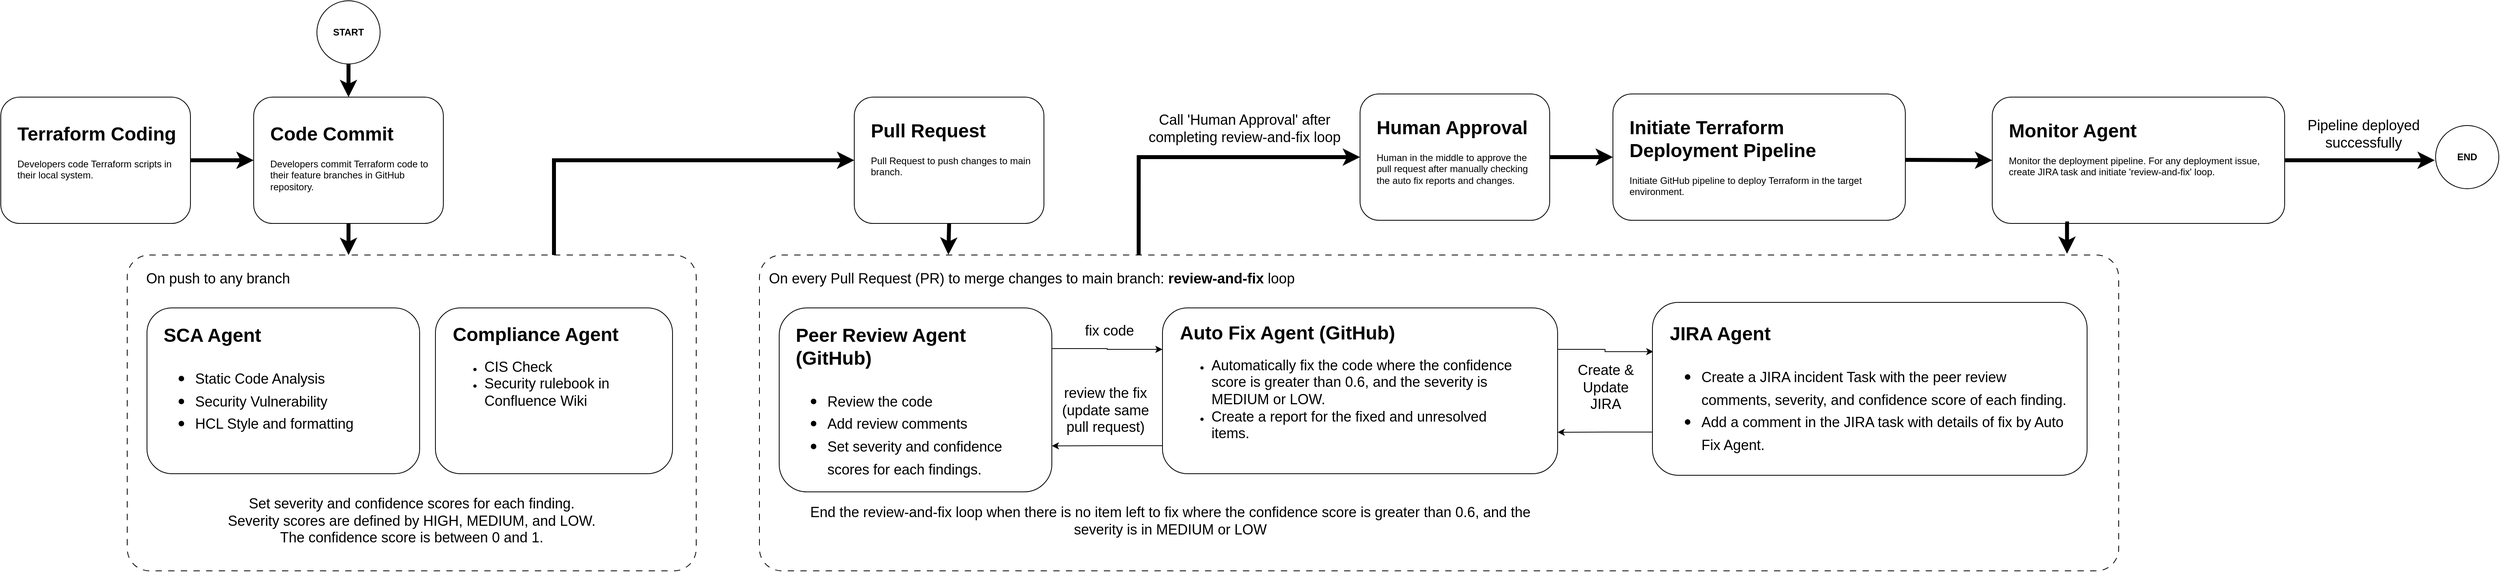
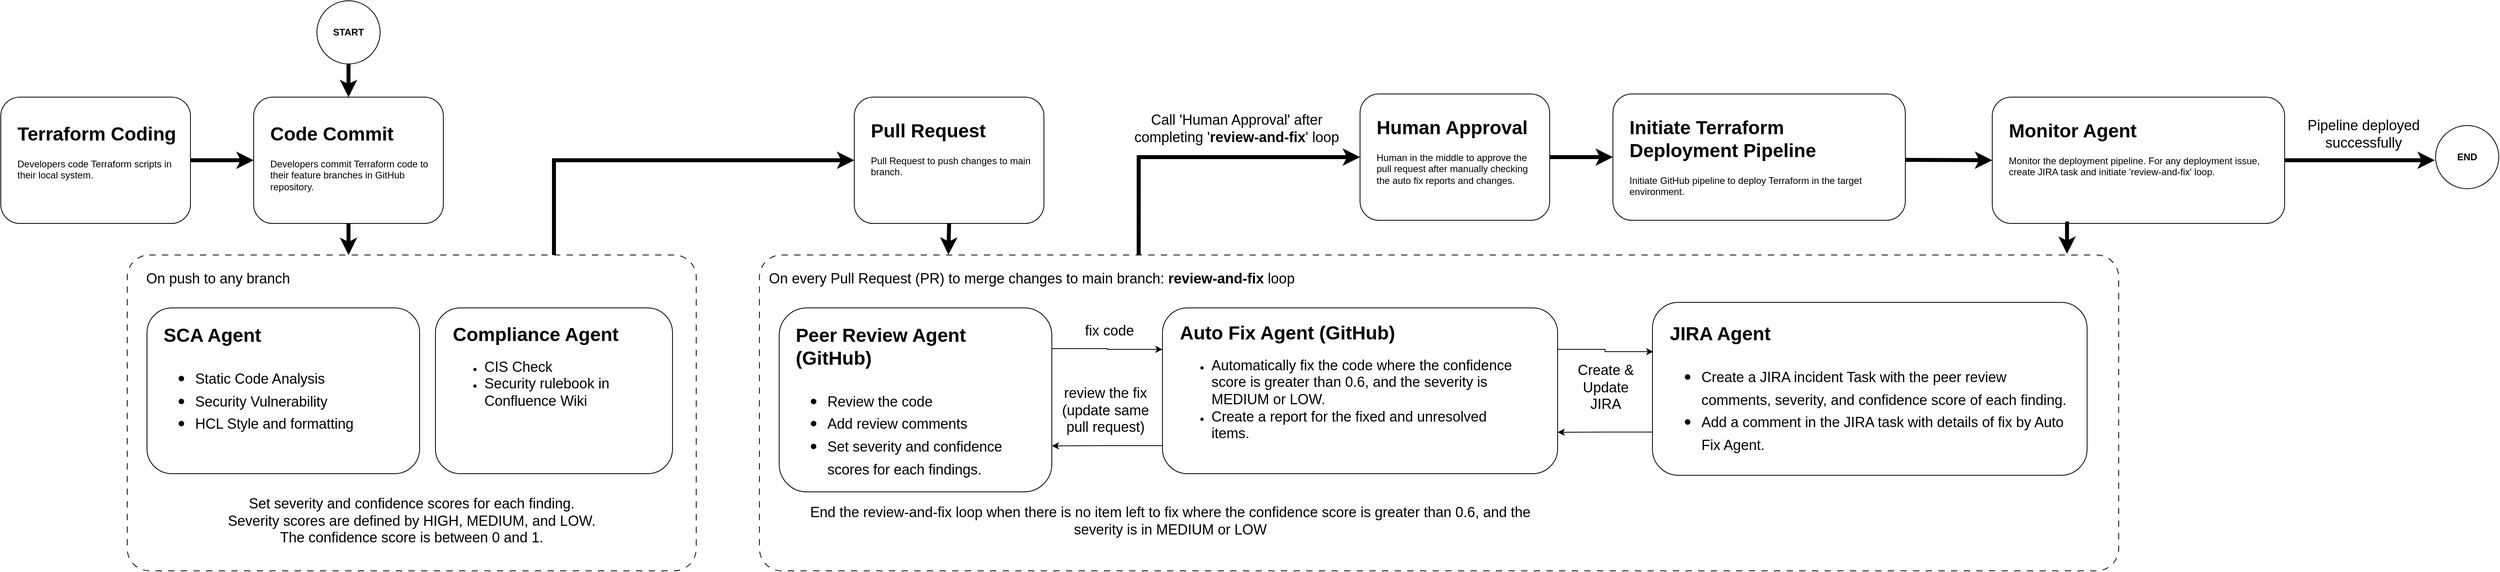
<mxfile host="app.diagrams.net">
  <diagram name="Page-1" id="llQ14HlxIDWXj9B5HY60">
    <mxGraphModel dx="1006" dy="638" grid="1" gridSize="10" guides="1" tooltips="1" connect="1" arrows="1" fold="1" page="1" pageScale="1" pageWidth="850" pageHeight="1100" math="0" shadow="0">
      <root>
        <mxCell id="0" />
        <mxCell id="1" parent="0" />
        <mxCell id="IWc9zJM8tDhvkjJ2dRjy-13" edge="1" parent="1" source="IWc9zJM8tDhvkjJ2dRjy-5" style="edgeStyle=orthogonalEdgeStyle;rounded=0;orthogonalLoop=1;jettySize=auto;html=1;entryX=0;entryY=0.5;entryDx=0;entryDy=0;exitX=0.75;exitY=0;exitDx=0;exitDy=0;strokeWidth=5;" target="IWc9zJM8tDhvkjJ2dRjy-1">
          <mxGeometry relative="1" as="geometry" />
        </mxCell>
        <mxCell id="oJW8UGhNAXkty13G2p3x-1" parent="1" style="rounded=1;whiteSpace=wrap;html=1;" value="" vertex="1">
          <mxGeometry height="160" width="240" x="440" y="200" as="geometry" />
        </mxCell>
        <mxCell id="oJW8UGhNAXkty13G2p3x-3" parent="1" style="text;html=1;whiteSpace=wrap;overflow=hidden;rounded=0;" value="&lt;h1 style=&quot;margin-top: 0px;&quot;&gt;Code Commit&lt;/h1&gt;&lt;p&gt;Developers commit Terraform code to their feature branches in GitHub repository.&lt;/p&gt;" vertex="1">
          <mxGeometry height="100" width="210" x="459" y="226" as="geometry" />
        </mxCell>
        <mxCell id="IWc9zJM8tDhvkjJ2dRjy-35" edge="1" parent="1" source="IWc9zJM8tDhvkjJ2dRjy-14" style="edgeStyle=orthogonalEdgeStyle;rounded=0;orthogonalLoop=1;jettySize=auto;html=1;entryX=0;entryY=0.5;entryDx=0;entryDy=0;exitX=0.279;exitY=0.025;exitDx=0;exitDy=0;exitPerimeter=0;strokeWidth=5;" target="IWc9zJM8tDhvkjJ2dRjy-33">
          <mxGeometry relative="1" as="geometry">
            <Array as="points">
              <mxPoint x="1560" y="276" />
            </Array>
          </mxGeometry>
        </mxCell>
        <mxCell id="IWc9zJM8tDhvkjJ2dRjy-1" parent="1" style="rounded=1;whiteSpace=wrap;html=1;" value="" vertex="1">
          <mxGeometry height="160" width="240" x="1200" y="200" as="geometry" />
        </mxCell>
        <mxCell id="IWc9zJM8tDhvkjJ2dRjy-2" parent="1" style="text;html=1;whiteSpace=wrap;overflow=hidden;rounded=0;" value="&lt;h1 style=&quot;margin-top: 0px;&quot;&gt;Pull Request&lt;/h1&gt;&lt;p&gt;Pull Request to push changes to main branch.&lt;/p&gt;" vertex="1">
          <mxGeometry height="100" width="210" x="1219" y="222" as="geometry" />
        </mxCell>
        <mxCell id="IWc9zJM8tDhvkjJ2dRjy-12" edge="1" parent="1" source="IWc9zJM8tDhvkjJ2dRjy-3" style="edgeStyle=orthogonalEdgeStyle;rounded=0;orthogonalLoop=1;jettySize=auto;html=1;exitX=1;exitY=0.5;exitDx=0;exitDy=0;entryX=0;entryY=0.5;entryDx=0;entryDy=0;strokeWidth=5;" target="oJW8UGhNAXkty13G2p3x-1">
          <mxGeometry relative="1" as="geometry" />
        </mxCell>
        <mxCell id="IWc9zJM8tDhvkjJ2dRjy-3" parent="1" style="rounded=1;whiteSpace=wrap;html=1;" value="" vertex="1">
          <mxGeometry height="160" width="240" x="120" y="200" as="geometry" />
        </mxCell>
        <mxCell id="IWc9zJM8tDhvkjJ2dRjy-4" parent="1" style="text;html=1;whiteSpace=wrap;overflow=hidden;rounded=0;" value="&lt;h1 style=&quot;margin-top: 0px;&quot;&gt;Terraform Coding&lt;/h1&gt;&lt;p&gt;Developers code Terraform scripts in their local system.&lt;/p&gt;" vertex="1">
          <mxGeometry height="100" width="210" x="139" y="226" as="geometry" />
        </mxCell>
        <mxCell id="IWc9zJM8tDhvkjJ2dRjy-5" parent="1" style="rounded=1;whiteSpace=wrap;html=1;arcSize=7;dashed=1;dashPattern=8 8;" value="" vertex="1">
          <mxGeometry height="400" width="720" x="280" y="400" as="geometry" />
        </mxCell>
        <mxCell id="IWc9zJM8tDhvkjJ2dRjy-6" parent="1" style="text;html=1;whiteSpace=wrap;strokeColor=none;fillColor=none;align=center;verticalAlign=middle;rounded=0;" value="&lt;font style=&quot;font-size: 18px;&quot;&gt;On push to any branch&lt;/font&gt;" vertex="1">
          <mxGeometry height="30" width="210" x="290" y="415" as="geometry" />
        </mxCell>
        <mxCell id="IWc9zJM8tDhvkjJ2dRjy-7" parent="1" style="rounded=1;whiteSpace=wrap;html=1;" value="" vertex="1">
          <mxGeometry height="210" width="345" x="305" y="467" as="geometry" />
        </mxCell>
        <mxCell id="IWc9zJM8tDhvkjJ2dRjy-8" parent="1" style="text;html=1;whiteSpace=wrap;overflow=hidden;rounded=0;" value="&lt;h1 style=&quot;margin-top: 0px;&quot;&gt;SCA Agent&lt;/h1&gt;&lt;h1 style=&quot;margin-top: 0px;&quot;&gt;&lt;p style=&quot;font-size: 12px; font-weight: 400;&quot;&gt;&lt;/p&gt;&lt;ul&gt;&lt;li&gt;&lt;span style=&quot;font-size: 18px; font-weight: normal;&quot;&gt;Static Code Analysis&lt;/span&gt;&lt;/li&gt;&lt;li&gt;&lt;span style=&quot;font-size: 18px; font-weight: normal;&quot;&gt;Security Vulnerability&lt;/span&gt;&lt;/li&gt;&lt;li&gt;&lt;span style=&quot;font-size: 18px; font-weight: normal;&quot;&gt;HCL Style and formatting&lt;/span&gt;&lt;/li&gt;&lt;/ul&gt;&lt;p&gt;&lt;/p&gt;&lt;/h1&gt;" vertex="1">
          <mxGeometry height="183" width="306" x="324" y="481" as="geometry" />
        </mxCell>
        <mxCell id="IWc9zJM8tDhvkjJ2dRjy-9" parent="1" style="rounded=1;whiteSpace=wrap;html=1;" value="" vertex="1">
          <mxGeometry height="210" width="300" x="670" y="467" as="geometry" />
        </mxCell>
        <mxCell id="IWc9zJM8tDhvkjJ2dRjy-10" parent="1" style="text;html=1;whiteSpace=wrap;overflow=hidden;rounded=0;" value="&lt;h1 style=&quot;margin-top: 0px;&quot;&gt;Compliance Agent&lt;/h1&gt;&lt;p&gt;&lt;/p&gt;&lt;ul&gt;&lt;li&gt;&lt;span style=&quot;font-size: 18px;&quot;&gt;CIS Check&lt;/span&gt;&lt;/li&gt;&lt;li&gt;&lt;span style=&quot;font-size: 18px;&quot;&gt;Security rulebook in Confluence Wiki&lt;/span&gt;&lt;/li&gt;&lt;/ul&gt;&lt;p&gt;&lt;/p&gt;" vertex="1">
          <mxGeometry height="180" width="269" x="690" y="480" as="geometry" />
        </mxCell>
        <mxCell id="IWc9zJM8tDhvkjJ2dRjy-11" edge="1" parent="1" source="oJW8UGhNAXkty13G2p3x-1" style="edgeStyle=orthogonalEdgeStyle;rounded=0;orthogonalLoop=1;jettySize=auto;html=1;exitX=0.5;exitY=1;exitDx=0;exitDy=0;entryX=0.389;entryY=0;entryDx=0;entryDy=0;entryPerimeter=0;strokeWidth=5;" target="IWc9zJM8tDhvkjJ2dRjy-5">
          <mxGeometry relative="1" as="geometry" />
        </mxCell>
        <mxCell id="IWc9zJM8tDhvkjJ2dRjy-14" parent="1" style="rounded=1;whiteSpace=wrap;html=1;arcSize=7;dashed=1;dashPattern=8 8;" value="" vertex="1">
          <mxGeometry height="400" width="1720" x="1080" y="400" as="geometry" />
        </mxCell>
        <mxCell id="IWc9zJM8tDhvkjJ2dRjy-15" parent="1" style="text;html=1;whiteSpace=wrap;strokeColor=none;fillColor=none;align=left;verticalAlign=middle;rounded=0;" value="&lt;font style=&quot;font-size: 18px;&quot;&gt;On every Pull Request (PR) to merge changes to main branch: &lt;b&gt;review-and-fix &lt;/b&gt;loop&lt;/font&gt;" vertex="1">
          <mxGeometry height="30" width="740" x="1090" y="415" as="geometry" />
        </mxCell>
        <mxCell id="IWc9zJM8tDhvkjJ2dRjy-22" edge="1" parent="1" source="IWc9zJM8tDhvkjJ2dRjy-16" style="edgeStyle=orthogonalEdgeStyle;rounded=0;orthogonalLoop=1;jettySize=auto;html=1;exitX=1;exitY=0.221;exitDx=0;exitDy=0;entryX=0;entryY=0.25;entryDx=0;entryDy=0;exitPerimeter=0;" target="IWc9zJM8tDhvkjJ2dRjy-18">
          <mxGeometry relative="1" as="geometry" />
        </mxCell>
        <mxCell id="IWc9zJM8tDhvkjJ2dRjy-16" parent="1" style="rounded=1;whiteSpace=wrap;html=1;" value="" vertex="1">
          <mxGeometry height="233" width="345" x="1105" y="467" as="geometry" />
        </mxCell>
        <mxCell id="IWc9zJM8tDhvkjJ2dRjy-17" parent="1" style="text;html=1;whiteSpace=wrap;overflow=hidden;rounded=0;" value="&lt;h1 style=&quot;margin-top: 0px;&quot;&gt;Peer Review Agent (GitHub)&lt;/h1&gt;&lt;h1 style=&quot;margin-top: 0px;&quot;&gt;&lt;p style=&quot;font-size: 12px; font-weight: 400;&quot;&gt;&lt;/p&gt;&lt;ul&gt;&lt;li&gt;&lt;span style=&quot;font-size: 18px; font-weight: 400;&quot;&gt;Review the code&lt;/span&gt;&lt;/li&gt;&lt;li&gt;&lt;span style=&quot;font-size: 18px; font-weight: 400;&quot;&gt;Add review comments&lt;/span&gt;&lt;/li&gt;&lt;li&gt;&lt;span style=&quot;font-size: 18px; font-weight: 400;&quot;&gt;Set severity and confidence scores for each findings.&lt;/span&gt;&lt;/li&gt;&lt;/ul&gt;&lt;p&gt;&lt;/p&gt;&lt;/h1&gt;" vertex="1">
          <mxGeometry height="209" width="306" x="1124" y="481" as="geometry" />
        </mxCell>
        <mxCell id="IWc9zJM8tDhvkjJ2dRjy-23" edge="1" parent="1" source="IWc9zJM8tDhvkjJ2dRjy-18" style="edgeStyle=orthogonalEdgeStyle;rounded=0;orthogonalLoop=1;jettySize=auto;html=1;exitX=0;exitY=0.831;exitDx=0;exitDy=0;entryX=1;entryY=0.75;entryDx=0;entryDy=0;exitPerimeter=0;" target="IWc9zJM8tDhvkjJ2dRjy-16">
          <mxGeometry relative="1" as="geometry" />
        </mxCell>
        <mxCell id="IWc9zJM8tDhvkjJ2dRjy-31" edge="1" parent="1" source="IWc9zJM8tDhvkjJ2dRjy-18" style="edgeStyle=orthogonalEdgeStyle;rounded=0;orthogonalLoop=1;jettySize=auto;html=1;exitX=1;exitY=0.25;exitDx=0;exitDy=0;entryX=0.002;entryY=0.285;entryDx=0;entryDy=0;entryPerimeter=0;" target="IWc9zJM8tDhvkjJ2dRjy-27">
          <mxGeometry relative="1" as="geometry" />
        </mxCell>
        <mxCell id="IWc9zJM8tDhvkjJ2dRjy-18" parent="1" style="rounded=1;whiteSpace=wrap;html=1;" value="" vertex="1">
          <mxGeometry height="210" width="500" x="1590" y="467" as="geometry" />
        </mxCell>
        <mxCell id="IWc9zJM8tDhvkjJ2dRjy-19" parent="1" style="text;html=1;whiteSpace=wrap;overflow=hidden;rounded=0;" value="&lt;h1 style=&quot;margin-top: 0px;&quot;&gt;Auto Fix Agent (GitHub)&lt;/h1&gt;&lt;p&gt;&lt;/p&gt;&lt;ul&gt;&lt;li&gt;&lt;span style=&quot;font-size: 18px;&quot;&gt;Automatically fix the code where the confidence score is greater than 0.6, and the severity is MEDIUM or LOW.&amp;nbsp;&lt;/span&gt;&lt;/li&gt;&lt;li&gt;&lt;span style=&quot;font-size: 18px;&quot;&gt;Create a report for the fixed and unresolved items.&lt;/span&gt;&lt;/li&gt;&lt;/ul&gt;&lt;p&gt;&lt;/p&gt;" vertex="1">
          <mxGeometry height="192" width="440" x="1610" y="478" as="geometry" />
        </mxCell>
        <mxCell id="IWc9zJM8tDhvkjJ2dRjy-20" parent="1" style="text;whiteSpace=wrap;fontSize=18;align=center;" value="Set severity and confidence scores for each finding.&#xa;Severity scores are defined by HIGH, MEDIUM, and LOW.&#xa;The confidence score is between 0 and 1." vertex="1">
          <mxGeometry height="77" width="640" x="320" y="698" as="geometry" />
        </mxCell>
        <mxCell id="IWc9zJM8tDhvkjJ2dRjy-21" edge="1" parent="1" source="IWc9zJM8tDhvkjJ2dRjy-1" style="edgeStyle=orthogonalEdgeStyle;rounded=0;orthogonalLoop=1;jettySize=auto;html=1;exitX=0.5;exitY=1;exitDx=0;exitDy=0;entryX=0.139;entryY=-0.001;entryDx=0;entryDy=0;entryPerimeter=0;strokeWidth=5;" target="IWc9zJM8tDhvkjJ2dRjy-14">
          <mxGeometry relative="1" as="geometry" />
        </mxCell>
        <mxCell id="IWc9zJM8tDhvkjJ2dRjy-24" parent="1" style="text;html=1;whiteSpace=wrap;strokeColor=none;fillColor=none;align=center;verticalAlign=middle;rounded=0;" value="&lt;font style=&quot;font-size: 18px;&quot;&gt;fix code&lt;/font&gt;" vertex="1">
          <mxGeometry height="30" width="82" x="1482" y="481" as="geometry" />
        </mxCell>
        <mxCell id="IWc9zJM8tDhvkjJ2dRjy-25" parent="1" style="text;html=1;whiteSpace=wrap;strokeColor=none;fillColor=none;align=center;verticalAlign=middle;rounded=0;" value="&lt;font style=&quot;font-size: 18px;&quot;&gt;review the fix (update same pull request)&lt;/font&gt;" vertex="1">
          <mxGeometry height="67" width="120" x="1458" y="563" as="geometry" />
        </mxCell>
        <mxCell id="IWc9zJM8tDhvkjJ2dRjy-26" parent="1" style="text;html=1;whiteSpace=wrap;strokeColor=none;fillColor=none;align=center;verticalAlign=middle;rounded=0;" value="&lt;font style=&quot;font-size: 18px;&quot;&gt;End the review-and-fix loop when there is no item left to fix where the confidence score is greater than 0.6, and the severity is in MEDIUM or LOW&lt;/font&gt;" vertex="1">
          <mxGeometry height="50" width="980" x="1110" y="711.5" as="geometry" />
        </mxCell>
        <mxCell id="IWc9zJM8tDhvkjJ2dRjy-30" edge="1" parent="1" source="IWc9zJM8tDhvkjJ2dRjy-27" style="edgeStyle=orthogonalEdgeStyle;rounded=0;orthogonalLoop=1;jettySize=auto;html=1;exitX=0;exitY=0.75;exitDx=0;exitDy=0;entryX=1;entryY=0.75;entryDx=0;entryDy=0;" target="IWc9zJM8tDhvkjJ2dRjy-18">
          <mxGeometry relative="1" as="geometry" />
        </mxCell>
        <mxCell id="IWc9zJM8tDhvkjJ2dRjy-27" parent="1" style="rounded=1;whiteSpace=wrap;html=1;" value="" vertex="1">
          <mxGeometry height="219" width="550" x="2210" y="460" as="geometry" />
        </mxCell>
        <mxCell id="IWc9zJM8tDhvkjJ2dRjy-28" parent="1" style="text;html=1;whiteSpace=wrap;overflow=hidden;rounded=0;" value="&lt;h1 style=&quot;margin-top: 0px;&quot;&gt;JIRA Agent&lt;/h1&gt;&lt;h1 style=&quot;margin-top: 0px;&quot;&gt;&lt;p style=&quot;font-size: 12px; font-weight: 400;&quot;&gt;&lt;/p&gt;&lt;ul&gt;&lt;li&gt;&lt;span style=&quot;font-size: 18px; font-weight: 400;&quot;&gt;Create a JIRA incident Task with the peer review comments, severity, and confidence score of each finding.&lt;/span&gt;&lt;/li&gt;&lt;li&gt;&lt;span style=&quot;font-size: 18px; font-weight: 400;&quot;&gt;Add a comment in the JIRA task with details of fix by Auto Fix Agent.&lt;/span&gt;&lt;/li&gt;&lt;/ul&gt;&lt;p&gt;&lt;/p&gt;&lt;/h1&gt;" vertex="1">
          <mxGeometry height="191" width="510" x="2230" y="479" as="geometry" />
        </mxCell>
        <mxCell id="IWc9zJM8tDhvkjJ2dRjy-32" parent="1" style="text;html=1;whiteSpace=wrap;strokeColor=none;fillColor=none;align=center;verticalAlign=middle;rounded=0;" value="&lt;font style=&quot;font-size: 18px;&quot;&gt;Create &amp;amp; Update JIRA&lt;/font&gt;" vertex="1">
          <mxGeometry height="57.5" width="102" x="2100" y="539" as="geometry" />
        </mxCell>
        <mxCell id="IWc9zJM8tDhvkjJ2dRjy-39" edge="1" parent="1" source="IWc9zJM8tDhvkjJ2dRjy-33" style="edgeStyle=orthogonalEdgeStyle;rounded=0;orthogonalLoop=1;jettySize=auto;html=1;exitX=1;exitY=0.5;exitDx=0;exitDy=0;entryX=0;entryY=0.5;entryDx=0;entryDy=0;strokeWidth=5;" target="IWc9zJM8tDhvkjJ2dRjy-37">
          <mxGeometry relative="1" as="geometry" />
        </mxCell>
        <mxCell id="IWc9zJM8tDhvkjJ2dRjy-33" parent="1" style="rounded=1;whiteSpace=wrap;html=1;" value="" vertex="1">
          <mxGeometry height="160" width="240" x="1840" y="196" as="geometry" />
        </mxCell>
        <mxCell id="IWc9zJM8tDhvkjJ2dRjy-34" parent="1" style="text;html=1;whiteSpace=wrap;overflow=hidden;rounded=0;" value="&lt;h1 style=&quot;margin-top: 0px;&quot;&gt;Human Approval&lt;/h1&gt;&lt;p&gt;Human in the middle to approve the pull request after manually checking the auto fix reports and changes.&amp;nbsp;&lt;/p&gt;" vertex="1">
          <mxGeometry height="100" width="210" x="1859" y="218" as="geometry" />
        </mxCell>
-         <mxCell id="IWc9zJM8tDhvkjJ2dRjy-36" parent="1" style="text;html=1;whiteSpace=wrap;strokeColor=none;fillColor=none;align=center;verticalAlign=middle;rounded=0;" value="&lt;font style=&quot;font-size: 18px;&quot;&gt;Call &#39;Human Approval&#39; after completing review-and-fix loop&lt;/font&gt;" vertex="1">
-           <mxGeometry height="60" width="248" x="1570" y="210" as="geometry" />
+         <mxCell id="IWc9zJM8tDhvkjJ2dRjy-36" parent="1" style="text;html=1;whiteSpace=wrap;strokeColor=none;fillColor=none;align=center;verticalAlign=middle;rounded=0;" value="&lt;font style=&quot;font-size: 18px;&quot;&gt;Call &#39;Human Approval&#39; after completing &#39;&lt;b&gt;review-and-fix&lt;/b&gt;&#39; loop&lt;/font&gt;" vertex="1">
+           <mxGeometry height="60" width="268" x="1550" y="210" as="geometry" />
        </mxCell>
        <mxCell id="IWc9zJM8tDhvkjJ2dRjy-37" parent="1" style="rounded=1;whiteSpace=wrap;html=1;" value="" vertex="1">
          <mxGeometry height="160" width="370" x="2160" y="196" as="geometry" />
        </mxCell>
        <mxCell id="IWc9zJM8tDhvkjJ2dRjy-38" parent="1" style="text;html=1;whiteSpace=wrap;overflow=hidden;rounded=0;" value="&lt;h1 style=&quot;margin-top: 0px;&quot;&gt;Initiate Terraform Deployment Pipeline&lt;/h1&gt;&lt;p&gt;Initiate GitHub pipeline to deploy Terraform in the target environment.&amp;nbsp;&amp;nbsp;&lt;/p&gt;" vertex="1">
          <mxGeometry height="112" width="341" x="2179" y="218" as="geometry" />
        </mxCell>
        <mxCell id="IWc9zJM8tDhvkjJ2dRjy-41" edge="1" parent="1" source="IWc9zJM8tDhvkjJ2dRjy-40" style="edgeStyle=orthogonalEdgeStyle;rounded=0;orthogonalLoop=1;jettySize=auto;html=1;exitX=0.5;exitY=1;exitDx=0;exitDy=0;entryX=0.5;entryY=0;entryDx=0;entryDy=0;strokeWidth=5;" target="oJW8UGhNAXkty13G2p3x-1">
          <mxGeometry relative="1" as="geometry" />
        </mxCell>
        <mxCell id="IWc9zJM8tDhvkjJ2dRjy-40" parent="1" style="ellipse;whiteSpace=wrap;html=1;aspect=fixed;fontStyle=1" value="START" vertex="1">
          <mxGeometry height="80" width="80" x="520" y="78" as="geometry" />
        </mxCell>
        <mxCell id="IWc9zJM8tDhvkjJ2dRjy-47" edge="1" parent="1" source="IWc9zJM8tDhvkjJ2dRjy-42" style="edgeStyle=orthogonalEdgeStyle;rounded=0;orthogonalLoop=1;jettySize=auto;html=1;exitX=1;exitY=0.5;exitDx=0;exitDy=0;strokeWidth=5;">
          <mxGeometry relative="1" as="geometry">
            <mxPoint x="3200" y="280" as="targetPoint" />
          </mxGeometry>
        </mxCell>
        <mxCell id="IWc9zJM8tDhvkjJ2dRjy-42" parent="1" style="rounded=1;whiteSpace=wrap;html=1;" value="" vertex="1">
          <mxGeometry height="160" width="370" x="2640" y="200" as="geometry" />
        </mxCell>
        <mxCell id="IWc9zJM8tDhvkjJ2dRjy-43" parent="1" style="text;html=1;whiteSpace=wrap;overflow=hidden;rounded=0;" value="&lt;h1 style=&quot;margin-top: 0px;&quot;&gt;Monitor Agent&lt;/h1&gt;&lt;p&gt;Monitor the deployment pipeline.&amp;nbsp;&lt;span style=&quot;background-color: transparent; color: light-dark(rgb(0, 0, 0), rgb(255, 255, 255));&quot;&gt;F&lt;/span&gt;&lt;span style=&quot;background-color: transparent; color: light-dark(rgb(0, 0, 0), rgb(255, 255, 255));&quot;&gt;or any deployment issue, create JIRA task and initiate &#39;review-and-fix&#39; loop.&lt;/span&gt;&lt;/p&gt;" vertex="1">
          <mxGeometry height="112" width="341" x="2659" y="222" as="geometry" />
        </mxCell>
        <mxCell id="IWc9zJM8tDhvkjJ2dRjy-44" edge="1" parent="1" style="edgeStyle=orthogonalEdgeStyle;rounded=0;orthogonalLoop=1;jettySize=auto;html=1;exitX=1;exitY=0.5;exitDx=0;exitDy=0;entryX=0;entryY=0.5;entryDx=0;entryDy=0;strokeWidth=5;" target="IWc9zJM8tDhvkjJ2dRjy-42">
          <mxGeometry relative="1" as="geometry">
            <mxPoint x="2530" y="279.5" as="sourcePoint" />
            <mxPoint x="2610" y="279.5" as="targetPoint" />
          </mxGeometry>
        </mxCell>
        <mxCell id="IWc9zJM8tDhvkjJ2dRjy-45" edge="1" parent="1" source="IWc9zJM8tDhvkjJ2dRjy-42" style="edgeStyle=orthogonalEdgeStyle;rounded=0;orthogonalLoop=1;jettySize=auto;html=1;exitX=0.25;exitY=1;exitDx=0;exitDy=0;entryX=0.962;entryY=-0.004;entryDx=0;entryDy=0;entryPerimeter=0;strokeWidth=5;" target="IWc9zJM8tDhvkjJ2dRjy-14">
          <mxGeometry relative="1" as="geometry" />
        </mxCell>
        <mxCell id="IWc9zJM8tDhvkjJ2dRjy-46" parent="1" style="ellipse;whiteSpace=wrap;html=1;aspect=fixed;fontStyle=1" value="END" vertex="1">
          <mxGeometry height="80" width="80" x="3201" y="236" as="geometry" />
        </mxCell>
        <mxCell id="IWc9zJM8tDhvkjJ2dRjy-48" parent="1" style="text;html=1;whiteSpace=wrap;strokeColor=none;fillColor=none;align=center;verticalAlign=middle;rounded=0;" value="&lt;font style=&quot;font-size: 18px;&quot;&gt;Pipeline deployed successfully&lt;/font&gt;" vertex="1">
          <mxGeometry height="57.5" width="160" x="3030" y="218" as="geometry" />
        </mxCell>
      </root>
    </mxGraphModel>
  </diagram>
</mxfile>
